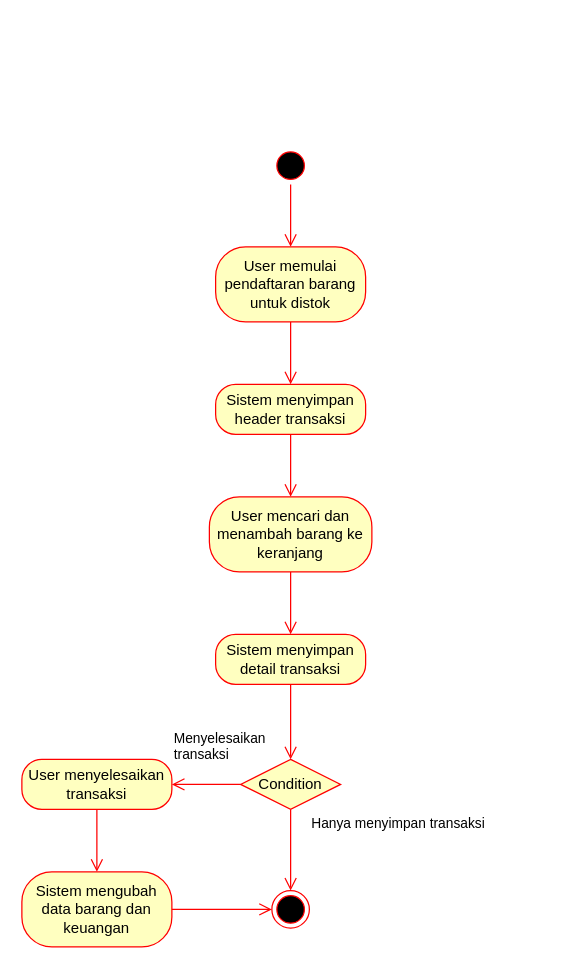
The draw.io diagram page "Doing Goods Transaction" (3 of 4) of Diagram/Activity Diagram.drawio in ryusu777/dodo-app, before the edit. Source tidied: cells renumbered, new cells numbered last; positions are measured from the earlier drawing's top-left corner, leaving out a move shared by most shapes. Both pictures are drawn from the tidied source at 125%, with x=0, y=0 at pixel (21, 146).
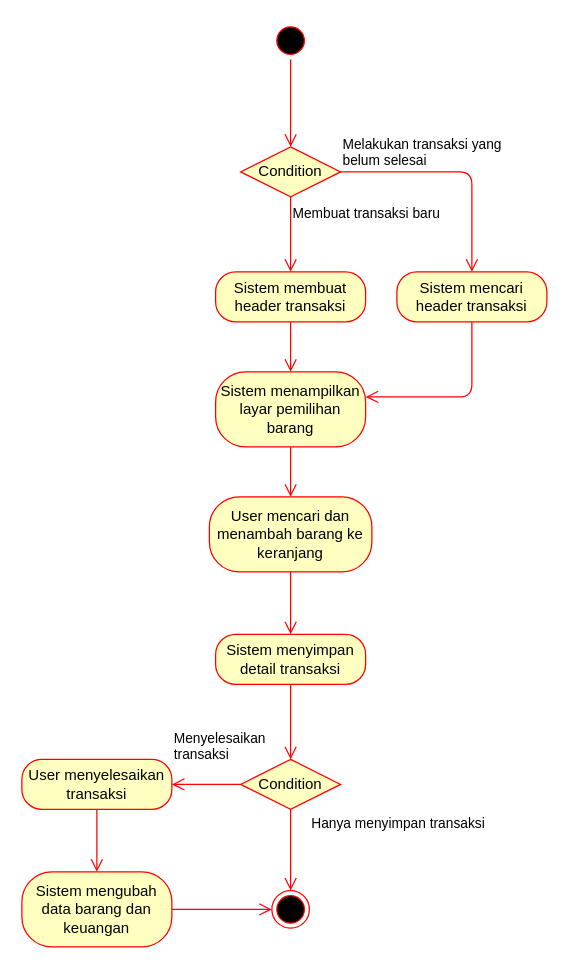
Above is the later version.

Unchanged cells that the change refers to:
```xml
<mxCell id="8" value="User mencari dan menambah barang ke keranjang" style="rounded=1;whiteSpace=wrap;html=1;arcSize=40;fontColor=#000000;fillColor=#ffffc0;strokeColor=#ff0000;" parent="1" vertex="1">
  <mxGeometry x="150" y="280" width="130" height="60" as="geometry" />
</mxCell>
```

Change to the diagram source:
```diff
@@
-    <mxCell id="2" style="ellipse;html=1;shape=startState;fillColor=#000000;strokeColor=#ff0000;" parent="1" vertex="1">
-      <mxGeometry x="200" width="30" height="30" as="geometry" />
-    </mxCell>
-    <mxCell id="3" style="edgeStyle=orthogonalEdgeStyle;html=1;verticalAlign=bottom;endArrow=open;endSize=8;strokeColor=#ff0000;" parent="1" edge="1" source="2" target="4">
-      <mxGeometry relative="1" as="geometry" />
-    </mxCell>
-    <mxCell id="4" value="User memulai pendaftaran barang untuk distok" style="rounded=1;whiteSpace=wrap;html=1;arcSize=40;fontColor=#000000;fillColor=#ffffc0;strokeColor=#ff0000;" parent="1" vertex="1">
-      <mxGeometry x="155" y="80" width="120" height="60" as="geometry" />
-    </mxCell>
-    <mxCell id="5" style="edgeStyle=orthogonalEdgeStyle;html=1;verticalAlign=bottom;endArrow=open;endSize=8;strokeColor=#ff0000;" parent="1" edge="1" source="4" target="6">
-      <mxGeometry relative="1" as="geometry" />
-    </mxCell>
-    <mxCell id="6" value="Sistem menyimpan header transaksi" style="rounded=1;whiteSpace=wrap;html=1;arcSize=40;fontColor=#000000;fillColor=#ffffc0;strokeColor=#ff0000;" parent="1" vertex="1">
-      <mxGeometry x="155" y="190" width="120" height="40" as="geometry" />
-    </mxCell>
-    <mxCell id="7" style="edgeStyle=orthogonalEdgeStyle;html=1;verticalAlign=bottom;endArrow=open;endSize=8;strokeColor=#ff0000;" parent="1" edge="1" source="6" target="8">
-      <mxGeometry relative="1" as="geometry" />
-    </mxCell>
@@
+    <mxCell id="20" value="Sistem menampilkan layar pemilihan barang" style="rounded=1;whiteSpace=wrap;html=1;arcSize=40;fontColor=#000000;fillColor=#ffffc0;strokeColor=#ff0000;" parent="1" vertex="1">
+      <mxGeometry x="155" y="180" width="120" height="60" as="geometry" />
+    </mxCell>
+    <mxCell id="21" style="edgeStyle=orthogonalEdgeStyle;html=1;verticalAlign=bottom;endArrow=open;endSize=8;strokeColor=#ff0000;" parent="1" edge="1" source="20" target="8">
+      <mxGeometry relative="1" as="geometry" />
+    </mxCell>
+    <mxCell id="2" style="ellipse;html=1;shape=startState;fillColor=#000000;strokeColor=#ff0000;" parent="1" vertex="1">
+      <mxGeometry x="200" y="-100" width="30" height="30" as="geometry" />
+    </mxCell>
+    <mxCell id="22" style="edgeStyle=orthogonalEdgeStyle;html=1;verticalAlign=bottom;endArrow=open;endSize=8;strokeColor=#ff0000;" parent="1" edge="1" source="2" target="23">
+      <mxGeometry relative="1" as="geometry" />
+    </mxCell>
+    <mxCell id="23" value="Condition" style="rhombus;whiteSpace=wrap;html=1;fillColor=#ffffc0;strokeColor=#ff0000;" parent="1" vertex="1">
+      <mxGeometry x="175" width="80" height="40" as="geometry" />
+    </mxCell>
+    <mxCell id="24" value="Melakukan transaksi yang&lt;br&gt;belum selesai" style="edgeStyle=orthogonalEdgeStyle;html=1;align=left;verticalAlign=bottom;endArrow=open;endSize=8;strokeColor=#ff0000;" parent="1" edge="1" source="23" target="26">
+      <mxGeometry x="-1" relative="1" as="geometry" />
+    </mxCell>
+    <mxCell id="25" value="Membuat transaksi baru" style="edgeStyle=orthogonalEdgeStyle;html=1;align=left;verticalAlign=top;endArrow=open;endSize=8;strokeColor=#ff0000;" parent="1" edge="1" source="23">
+      <mxGeometry x="-1" relative="1" as="geometry">
+        <mxPoint x="215" y="100" as="targetPoint" />
+      </mxGeometry>
+    </mxCell>
+    <mxCell id="26" value="Sistem mencari header transaksi" style="rounded=1;whiteSpace=wrap;html=1;arcSize=40;fontColor=#000000;fillColor=#ffffc0;strokeColor=#ff0000;" parent="1" vertex="1">
+      <mxGeometry x="300" y="100" width="120" height="40" as="geometry" />
+    </mxCell>
+    <mxCell id="27" style="edgeStyle=orthogonalEdgeStyle;html=1;verticalAlign=bottom;endArrow=open;endSize=8;strokeColor=#ff0000;" parent="1" edge="1" source="26" target="20">
+      <mxGeometry relative="1" as="geometry">
+        <Array as="points">
+          <mxPoint x="360" y="200" />
+        </Array>
+      </mxGeometry>
+    </mxCell>
+    <mxCell id="28" value="Sistem membuat header transaksi" style="rounded=1;whiteSpace=wrap;html=1;arcSize=40;fontColor=#000000;fillColor=#ffffc0;strokeColor=#ff0000;" parent="1" vertex="1">
+      <mxGeometry x="155" y="100" width="120" height="40" as="geometry" />
+    </mxCell>
+    <mxCell id="29" style="edgeStyle=orthogonalEdgeStyle;html=1;verticalAlign=bottom;endArrow=open;endSize=8;strokeColor=#ff0000;" parent="1" edge="1" source="28" target="20">
+      <mxGeometry relative="1" as="geometry" />
+    </mxCell>
```
